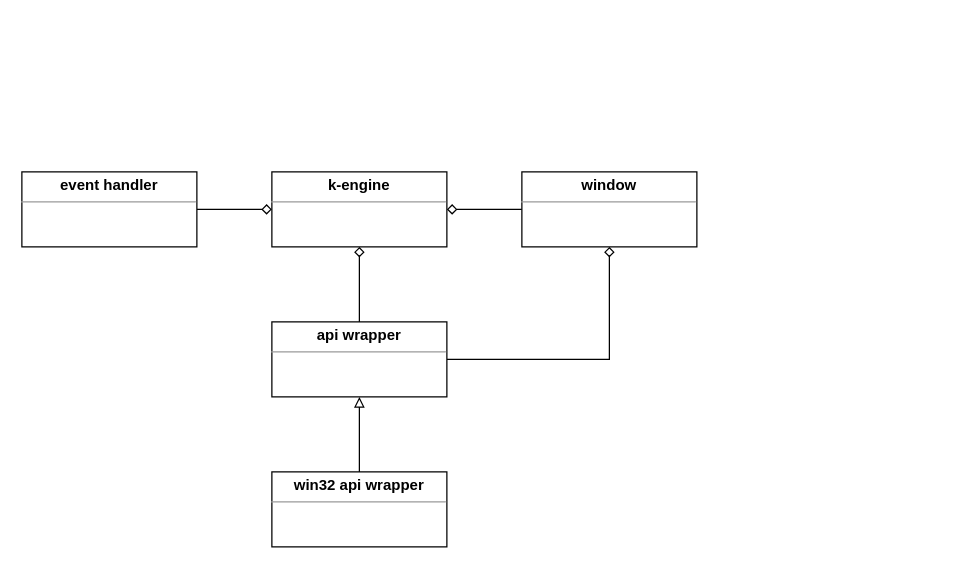
The draw.io diagram _docs/k-engine-classes.drawio in Keshizin/k-engine, before the edit. Source tidied: cells renumbered, new cells numbered last; positions are measured from the earlier drawing's top-left corner, leaving out a move shared by most shapes. Both pictures are drawn from the tidied source at 125%, with x=0, y=0 at pixel (21, 171).
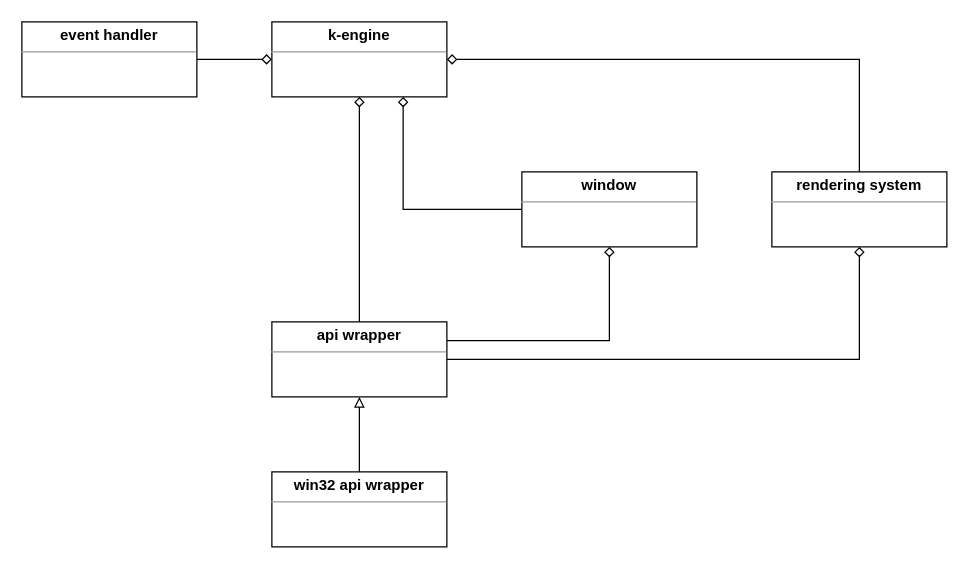
The same diagram, later.

Commit message (it also covers changes not shown here):
Including OpenGL Rendering System Class

What changed in the source:
```diff
@@
 <mxGraphModel>
   <root>
     <mxCell id="0" />
     <mxCell id="1" parent="0" />
     <mxCell id="2" value="&lt;p style=&quot;margin: 0px ; margin-top: 4px ; text-align: center&quot;&gt;&lt;b&gt;k-engine&lt;/b&gt;&lt;/p&gt;&lt;hr size=&quot;1&quot;&gt;&lt;div style=&quot;height: 2px&quot;&gt;&lt;/div&gt;" style="verticalAlign=top;align=left;overflow=fill;fontSize=12;fontFamily=Helvetica;html=1;" parent="1" vertex="1">
-      <mxGeometry x="200" width="140" height="60" as="geometry" />
+      <mxGeometry x="200" y="-120" width="140" height="60" as="geometry" />
     </mxCell>
-    <mxCell id="3" style="edgeStyle=orthogonalEdgeStyle;rounded=0;jettySize=auto;html=1;endArrow=diamond;endFill=0;" parent="1" edge="1" source="4" target="2">
+    <mxCell id="3" style="edgeStyle=orthogonalEdgeStyle;rounded=0;jettySize=auto;html=1;endArrow=diamond;endFill=0;entryX=0.75;entryY=1;entryDx=0;entryDy=0;" parent="1" edge="1" source="4" target="2">
       <mxGeometry relative="1" as="geometry" />
     </mxCell>
     <mxCell id="4" value="&lt;p style=&quot;margin: 0px ; margin-top: 4px ; text-align: center&quot;&gt;&lt;b&gt;window&lt;/b&gt;&lt;/p&gt;&lt;hr size=&quot;1&quot;&gt;&lt;div style=&quot;height: 2px&quot;&gt;&lt;/div&gt;" style="verticalAlign=top;align=left;overflow=fill;fontSize=12;fontFamily=Helvetica;html=1;" parent="1" vertex="1">
       <mxGeometry x="400" width="140" height="60" as="geometry" />
     </mxCell>
-    <mxCell id="5" style="edgeStyle=orthogonalEdgeStyle;rounded=0;jettySize=auto;html=1;endArrow=diamond;endFill=0;" parent="1" edge="1" source="7" target="4">
+    <mxCell id="5" style="edgeStyle=orthogonalEdgeStyle;rounded=0;jettySize=auto;html=1;endArrow=diamond;endFill=0;exitX=1;exitY=0.25;exitDx=0;exitDy=0;" parent="1" edge="1" source="7" target="4">
       <mxGeometry relative="1" as="geometry" />
     </mxCell>
     <mxCell id="6" style="edgeStyle=orthogonalEdgeStyle;rounded=0;jettySize=auto;html=1;endArrow=diamond;endFill=0;" parent="1" edge="1" source="7" target="2">
       <mxGeometry relative="1" as="geometry" />
     </mxCell>
+    <mxCell id="12" style="edgeStyle=orthogonalEdgeStyle;rounded=0;jettySize=auto;html=1;endArrow=diamond;endFill=0;" parent="1" edge="1" source="7" target="14">
+      <mxGeometry relative="1" as="geometry" />
+    </mxCell>
     <mxCell id="7" value="&lt;p style=&quot;margin: 0px ; margin-top: 4px ; text-align: center&quot;&gt;&lt;b&gt;api wrapper&lt;/b&gt;&lt;/p&gt;&lt;hr size=&quot;1&quot;&gt;&lt;div style=&quot;height: 2px&quot;&gt;&lt;/div&gt;" style="verticalAlign=top;align=left;overflow=fill;fontSize=12;fontFamily=Helvetica;html=1;" parent="1" vertex="1">
       <mxGeometry x="200" y="120" width="140" height="60" as="geometry" />
     </mxCell>
     <mxCell id="8" style="edgeStyle=orthogonalEdgeStyle;rounded=0;jettySize=auto;html=1;endArrow=block;endFill=0;" parent="1" edge="1" source="9" target="7">
       <mxGeometry relative="1" as="geometry" />
     </mxCell>
     <mxCell id="9" value="&lt;p style=&quot;margin: 0px ; margin-top: 4px ; text-align: center&quot;&gt;&lt;b&gt;win32 api wrapper&lt;/b&gt;&lt;/p&gt;&lt;hr size=&quot;1&quot;&gt;&lt;div style=&quot;height: 2px&quot;&gt;&lt;/div&gt;" style="verticalAlign=top;align=left;overflow=fill;fontSize=12;fontFamily=Helvetica;html=1;" parent="1" vertex="1">
       <mxGeometry x="200" y="240" width="140" height="60" as="geometry" />
     </mxCell>
     <mxCell id="10" style="edgeStyle=orthogonalEdgeStyle;rounded=0;jettySize=auto;html=1;endArrow=diamond;endFill=0;" parent="1" edge="1" source="11" target="2">
       <mxGeometry relative="1" as="geometry" />
     </mxCell>
     <mxCell id="11" value="&lt;p style=&quot;margin: 0px ; margin-top: 4px ; text-align: center&quot;&gt;&lt;b&gt;event handler&lt;/b&gt;&lt;/p&gt;&lt;hr size=&quot;1&quot;&gt;&lt;div style=&quot;height: 2px&quot;&gt;&lt;/div&gt;" style="verticalAlign=top;align=left;overflow=fill;fontSize=12;fontFamily=Helvetica;html=1;" parent="1" vertex="1">
-      <mxGeometry width="140" height="60" as="geometry" />
+      <mxGeometry y="-120" width="140" height="60" as="geometry" />
     </mxCell>
+    <mxCell id="13" style="edgeStyle=orthogonalEdgeStyle;rounded=0;jettySize=auto;html=1;endArrow=diamond;endFill=0;entryX=1;entryY=0.5;entryDx=0;entryDy=0;exitX=0.5;exitY=0;exitDx=0;exitDy=0;" parent="1" edge="1" source="14" target="2">
+      <mxGeometry relative="1" as="geometry" />
+    </mxCell>
+    <mxCell id="14" value="&lt;p style=&quot;margin: 0px ; margin-top: 4px ; text-align: center&quot;&gt;&lt;b&gt;rendering system&lt;/b&gt;&lt;/p&gt;&lt;hr size=&quot;1&quot;&gt;&lt;div style=&quot;height: 2px&quot;&gt;&lt;/div&gt;" style="verticalAlign=top;align=left;overflow=fill;fontSize=12;fontFamily=Helvetica;html=1;" parent="1" vertex="1">
+      <mxGeometry x="600" width="140" height="60" as="geometry" />
+    </mxCell>
   </root>
 </mxGraphModel>
```
